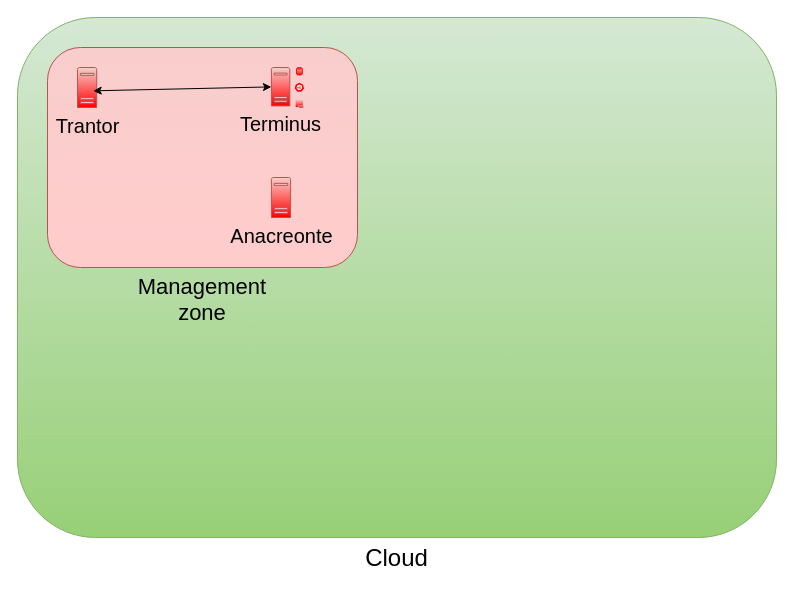
Earlier version of the draw.io diagram topology.drawio (OscHer/treboform). Source tidied: cells renumbered, new cells numbered last; positions are measured from the earlier drawing's top-left corner, leaving out a move shared by most shapes. Both pictures are drawn from the tidied source at 100%, with x=0, y=0 at pixel (17, 17).
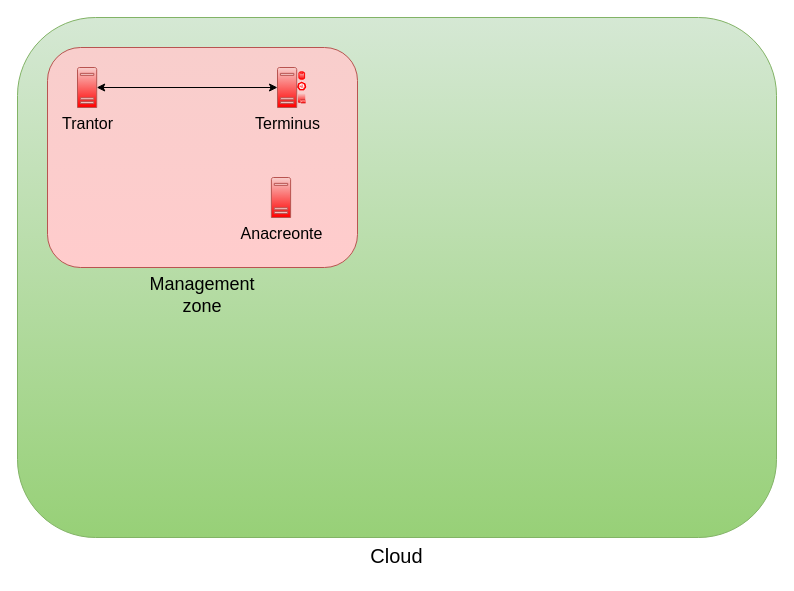
The same page after the edit.

The edit, as a diff of the source:
```diff
@@
 <mxGraphModel>
   <root>
     <mxCell id="0" />
     <mxCell id="1" parent="0" />
     <mxCell id="2" parent="0" />
-    <mxCell id="3" value="&lt;div style=&quot;font-size: 24px;&quot; align=&quot;left&quot;&gt;&lt;font style=&quot;font-size: 24px;&quot;&gt;Cloud&lt;br&gt;&lt;/font&gt;&lt;/div&gt;" style="rounded=1;whiteSpace=wrap;html=1;fillColor=#d5e8d4;strokeColor=#82b366;gradientColor=#97d077;verticalAlign=top;labelPosition=center;verticalLabelPosition=bottom;align=center;" parent="2" vertex="1">
+    <mxCell id="3" value="&lt;div style=&quot;font-size: 20px;&quot; align=&quot;left&quot;&gt;&lt;font style=&quot;font-size: 20px;&quot;&gt;Cloud&lt;br style=&quot;font-size: 20px;&quot;&gt;&lt;/font&gt;&lt;/div&gt;" style="rounded=1;whiteSpace=wrap;html=1;fillColor=#d5e8d4;strokeColor=#82b366;gradientColor=#97d077;verticalAlign=top;labelPosition=center;verticalLabelPosition=bottom;align=center;fontSize=20;" parent="2" vertex="1">
       <mxGeometry width="759" height="520" as="geometry" />
     </mxCell>
     <mxCell id="4" parent="0" />
-    <mxCell id="5" value="&lt;div style=&quot;font-size: 22px;&quot;&gt;&lt;font style=&quot;font-size: 22px;&quot;&gt;Management&lt;/font&gt;&lt;/div&gt;&lt;div style=&quot;font-size: 22px;&quot;&gt;&lt;font style=&quot;font-size: 22px;&quot;&gt;&lt;font style=&quot;font-size: 22px;&quot;&gt;zone&lt;/font&gt;&lt;br&gt;&lt;/font&gt;&lt;/div&gt;" style="rounded=1;whiteSpace=wrap;html=1;fontSize=20;labelPosition=center;verticalLabelPosition=bottom;align=center;verticalAlign=top;fillColor=#f8cecc;gradientColor=#FFCCCC;strokeColor=#b85450;" parent="4" vertex="1">
+    <mxCell id="5" value="&lt;div style=&quot;font-size: 18px;&quot;&gt;&lt;font style=&quot;font-size: 18px;&quot;&gt;Management&lt;/font&gt;&lt;/div&gt;&lt;div style=&quot;font-size: 18px;&quot;&gt;&lt;font style=&quot;font-size: 18px;&quot;&gt;&lt;font style=&quot;font-size: 18px;&quot;&gt;zone&lt;/font&gt;&lt;br style=&quot;font-size: 18px;&quot;&gt;&lt;/font&gt;&lt;/div&gt;" style="rounded=1;whiteSpace=wrap;html=1;fontSize=18;labelPosition=center;verticalLabelPosition=bottom;align=center;verticalAlign=top;fillColor=#f8cecc;gradientColor=#FFCCCC;strokeColor=#b85450;" parent="4" vertex="1">
       <mxGeometry x="30" y="30" width="310" height="220" as="geometry" />
     </mxCell>
+    <mxCell id="7" value="Anacreonte" style="sketch=0;shadow=0;dashed=0;html=1;strokeColor=#b85450;labelPosition=center;verticalLabelPosition=bottom;verticalAlign=top;align=center;fillColor=#f8cecc;shape=mxgraph.mscae.enterprise.server_generic;gradientColor=#FF0000;fontSize=16;" parent="4" vertex="1">
+      <mxGeometry x="253.9" y="160" width="19.2" height="40" as="geometry" />
+    </mxCell>
-    <mxCell id="6" value="Trantor" style="sketch=0;shadow=0;dashed=0;html=1;strokeColor=#b85450;labelPosition=center;verticalLabelPosition=bottom;verticalAlign=top;align=center;fillColor=#f8cecc;shape=mxgraph.mscae.enterprise.server_generic;gradientColor=#FF0000;fontSize=20;" parent="4" vertex="1">
+    <mxCell id="6" value="Trantor" style="sketch=0;shadow=0;dashed=0;html=1;strokeColor=#b85450;labelPosition=center;verticalLabelPosition=bottom;verticalAlign=top;align=center;fillColor=#f8cecc;shape=mxgraph.mscae.enterprise.server_generic;gradientColor=#FF0000;fontSize=16;" parent="4" vertex="1">
       <mxGeometry x="60" y="50" width="19.2" height="40" as="geometry" />
     </mxCell>
-    <mxCell id="7" value="Anacreonte" style="sketch=0;shadow=0;dashed=0;html=1;strokeColor=#b85450;labelPosition=center;verticalLabelPosition=bottom;verticalAlign=top;align=center;fillColor=#f8cecc;shape=mxgraph.mscae.enterprise.server_generic;gradientColor=#FF0000;fontSize=20;" parent="4" vertex="1">
-      <mxGeometry x="253.9" y="160" width="19.2" height="40" as="geometry" />
-    </mxCell>
-    <mxCell id="8" style="group;" parent="4" vertex="1">
-      <mxGeometry x="253.9" y="50" width="33" height="40" as="geometry" />
-    </mxCell>
-    <mxCell id="9" value="Terminus" style="sketch=0;shadow=0;dashed=0;html=1;strokeColor=#b85450;labelPosition=center;verticalLabelPosition=bottom;verticalAlign=top;align=center;fillColor=#f8cecc;shape=mxgraph.mscae.enterprise.server_generic;fontFamily=Helvetica;fontSize=20;gradientColor=#FF0000;" parent="8" vertex="1">
-      <mxGeometry width="18.4" height="38.4" as="geometry" />
-    </mxCell>
+    <mxCell id="14" style="endArrow=classic;startArrow=classic;html=1;rounded=0;fontFamily=Helvetica;fontSize=16;fontColor=default;" parent="4" edge="1" source="6" target="9">
+      <mxGeometry relative="1" as="geometry" />
+    </mxCell>
+    <mxCell id="15" style="group;" parent="4" vertex="1">
+      <mxGeometry x="260" y="45" width="29.2" height="50" as="geometry" />
+    </mxCell>
-    <mxCell id="10" style="group;" parent="8" vertex="1">
-      <mxGeometry x="23" width="10" height="40" as="geometry" />
+    <mxCell id="10" style="group;verticalAlign=middle;" parent="15" vertex="1">
+      <mxGeometry x="19.2" width="10" height="50" as="geometry" />
     </mxCell>
     <mxCell id="11" style="sketch=0;shadow=0;dashed=0;html=1;strokeColor=#FF0000;labelPosition=center;verticalLabelPosition=bottom;verticalAlign=top;align=center;fillColor=#f8cecc;shape=mxgraph.mscae.enterprise.database_generic;fontFamily=Helvetica;fontSize=12;gradientColor=#FF0000;" parent="10" vertex="1">
-      <mxGeometry x="2.2" width="5.7" height="7.7" as="geometry" />
+      <mxGeometry x="2.2" y="9.2" width="5.7" height="7.7" as="geometry" />
     </mxCell>
     <mxCell id="12" style="dashed=0;verticalLabelPosition=bottom;verticalAlign=top;align=center;html=1;shape=mxgraph.aws3.http_protocol;fillColor=#f8cecc;gradientColor=#FF0000;shadow=0;sketch=0;strokeColor=#FF0000;fontFamily=Helvetica;fontSize=12;" parent="10" vertex="1">
-      <mxGeometry x="1.2" y="32" width="7.7" height="8" as="geometry" />
+      <mxGeometry x="1.2" y="30.7" width="7.7" height="10" as="geometry" />
     </mxCell>
     <mxCell id="13" style="sketch=0;html=1;dashed=0;whitespace=wrap;verticalLabelPosition=bottom;verticalAlign=top;fillColor=#FF0000;strokeColor=#ffffff;shape=mxgraph.kubernetes.icon2;prIcon=api;shadow=0;align=center;fontFamily=Helvetica;fontSize=12;fontColor=default;" parent="10" vertex="1">
-      <mxGeometry y="15" width="10" height="9.6" as="geometry" />
+      <mxGeometry y="18.8" width="10" height="9.6" as="geometry" />
     </mxCell>
-    <mxCell id="14" style="endArrow=classic;startArrow=classic;html=1;rounded=0;fontFamily=Helvetica;fontSize=12;fontColor=default;exitX=0.818;exitY=0.583;exitDx=0;exitDy=0;exitPerimeter=0;" parent="4" edge="1" source="6" target="9">
-      <mxGeometry relative="1" as="geometry" />
-    </mxCell>
+    <mxCell id="9" value="Terminus" style="sketch=0;shadow=0;dashed=0;html=1;strokeColor=#b85450;labelPosition=center;verticalLabelPosition=bottom;verticalAlign=top;align=center;fillColor=#f8cecc;shape=mxgraph.mscae.enterprise.server_generic;gradientColor=#FF0000;fontSize=16;" parent="15" vertex="1">
+      <mxGeometry y="5" width="19.2" height="40" as="geometry" />
+    </mxCell>
   </root>
 </mxGraphModel>
```
